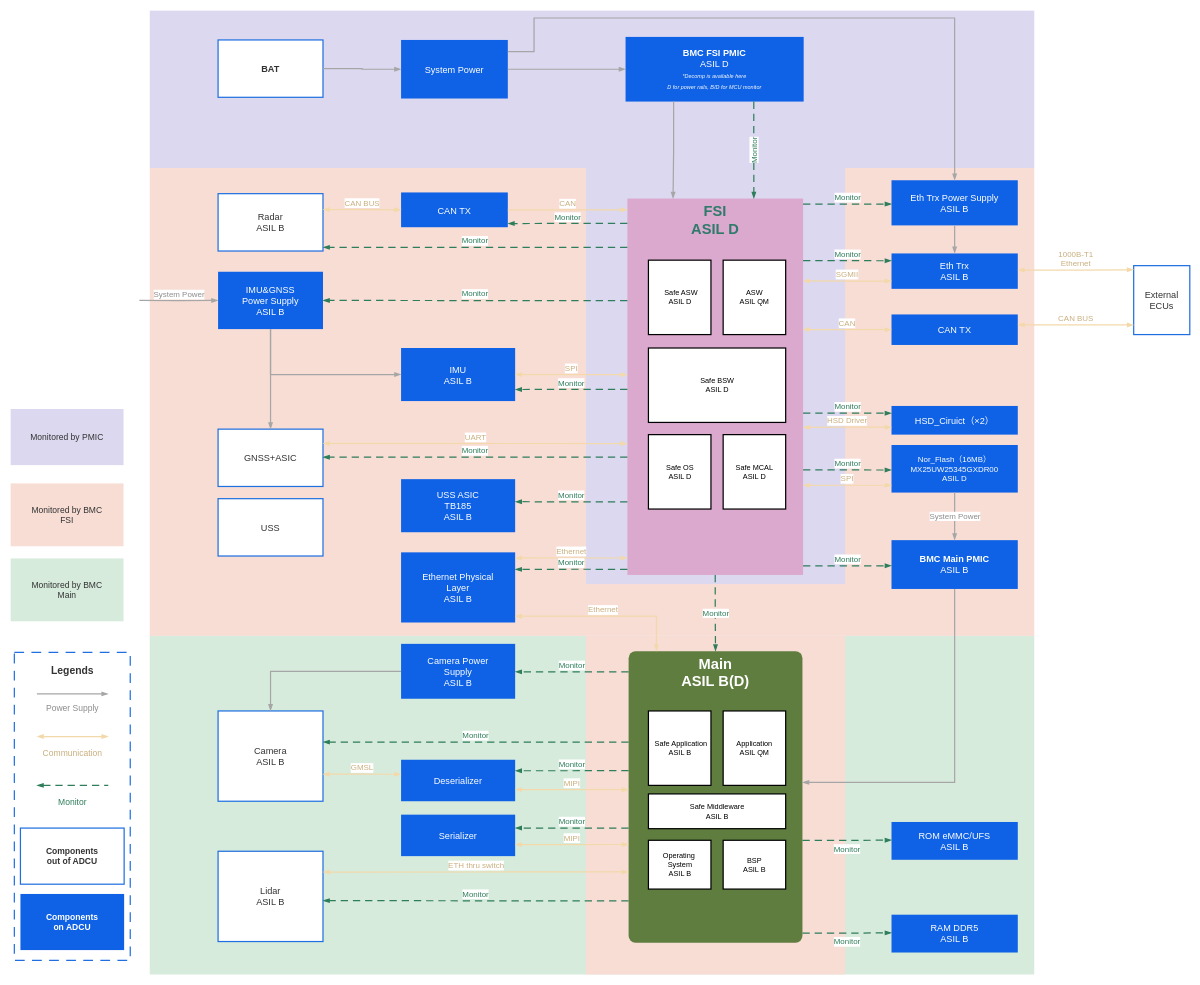
Above: BMC_COB_SystemArch.drawio in pokowee/tinyrenderer_fork (draw.io), before the change. Source tidied: cells renumbered, new cells numbered last; positions are measured from the earlier drawing's top-left corner, leaving out a move shared by most shapes. Both pictures are drawn from the tidied source at 61%, with x=0, y=0 at pixel (10, 10).
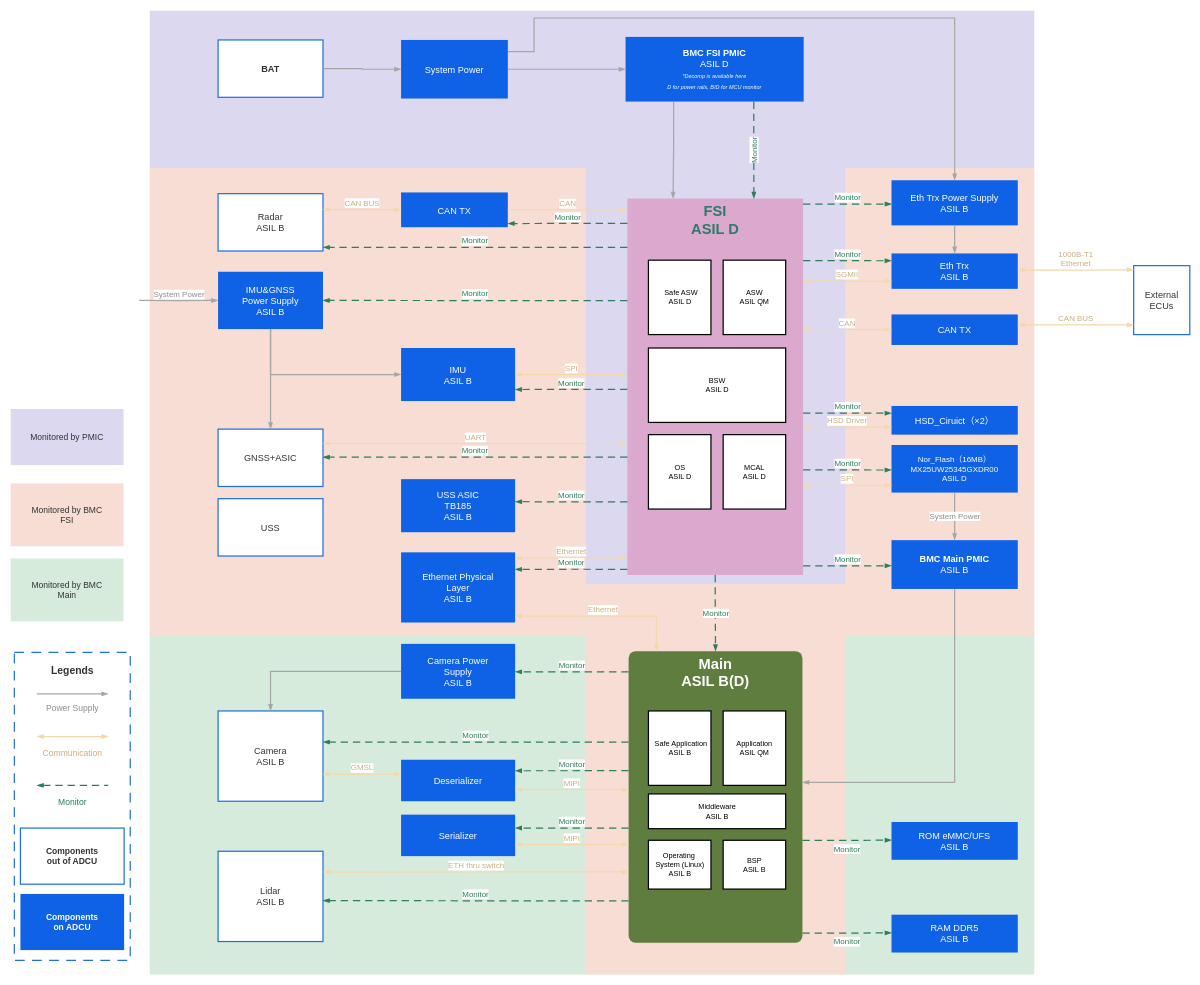
The same page after the edit.

The edit, as a diff of the source:
```diff
@@
-    <mxCell id="97" value="&lt;span style=&quot;font-weight: 400;&quot;&gt;Safe BSW&lt;br&gt;ASIL D&lt;/span&gt;" style="rounded=0;whiteSpace=wrap;html=1;fontStyle=1;strokeWidth=2;" parent="1" vertex="1">
+    <mxCell id="97" value="&lt;span style=&quot;font-weight: 400;&quot;&gt;BSW&lt;br&gt;ASIL D&lt;/span&gt;" style="rounded=0;whiteSpace=wrap;html=1;fontStyle=1;strokeWidth=2;" parent="1" vertex="1">
       <mxGeometry x="1045.5" y="553" width="225" height="122" as="geometry" />
     </mxCell>
-    <mxCell id="98" value="&lt;span style=&quot;font-weight: 400;&quot;&gt;Safe OS&lt;br&gt;ASIL D&lt;/span&gt;" style="rounded=0;whiteSpace=wrap;html=1;fontStyle=1;strokeWidth=2;" parent="1" vertex="1">
+    <mxCell id="98" value="&lt;span style=&quot;font-weight: 400;&quot;&gt;OS&lt;br&gt;ASIL D&lt;/span&gt;" style="rounded=0;whiteSpace=wrap;html=1;fontStyle=1;strokeWidth=2;" parent="1" vertex="1">
       <mxGeometry x="1045.5" y="695" width="102.5" height="122" as="geometry" />
     </mxCell>
-    <mxCell id="99" value="Safe MCAL&lt;br&gt;ASIL D" style="rounded=0;whiteSpace=wrap;html=1;strokeWidth=2;" parent="1" vertex="1">
+    <mxCell id="99" value="MCAL&lt;br&gt;ASIL D" style="rounded=0;whiteSpace=wrap;html=1;strokeWidth=2;" parent="1" vertex="1">
       <mxGeometry x="1168" y="695" width="102.5" height="122" as="geometry" />
     </mxCell>
@@
-    <mxCell id="102" value="&lt;span style=&quot;font-weight: 400;&quot;&gt;Safe Middleware&lt;br&gt;ASIL B&lt;/span&gt;" style="rounded=0;whiteSpace=wrap;html=1;fontStyle=1;strokeWidth=2;" parent="1" vertex="1">
+    <mxCell id="102" value="&lt;span style=&quot;font-weight: 400;&quot;&gt;Middleware&lt;br&gt;ASIL B&lt;/span&gt;" style="rounded=0;whiteSpace=wrap;html=1;fontStyle=1;strokeWidth=2;" parent="1" vertex="1">
       <mxGeometry x="1045.5" y="1284" width="225" height="57" as="geometry" />
     </mxCell>
-    <mxCell id="103" value="&lt;span style=&quot;font-weight: 400;&quot;&gt;Operating&amp;nbsp;&lt;/span&gt;&lt;div&gt;&lt;span style=&quot;font-weight: 400;&quot;&gt;System&lt;br&gt;ASIL B&lt;/span&gt;&lt;/div&gt;" style="rounded=0;whiteSpace=wrap;html=1;fontStyle=1;strokeWidth=2;" parent="1" vertex="1">
+    <mxCell id="103" value="&lt;span style=&quot;font-weight: 400;&quot;&gt;Operating&amp;nbsp;&lt;/span&gt;&lt;div&gt;&lt;span style=&quot;font-weight: 400;&quot;&gt;System (Linux)&lt;br&gt;ASIL B&lt;/span&gt;&lt;/div&gt;" style="rounded=0;whiteSpace=wrap;html=1;fontStyle=1;strokeWidth=2;" parent="1" vertex="1">
       <mxGeometry x="1045.5" y="1360" width="102.5" height="80" as="geometry" />
     </mxCell>
```
